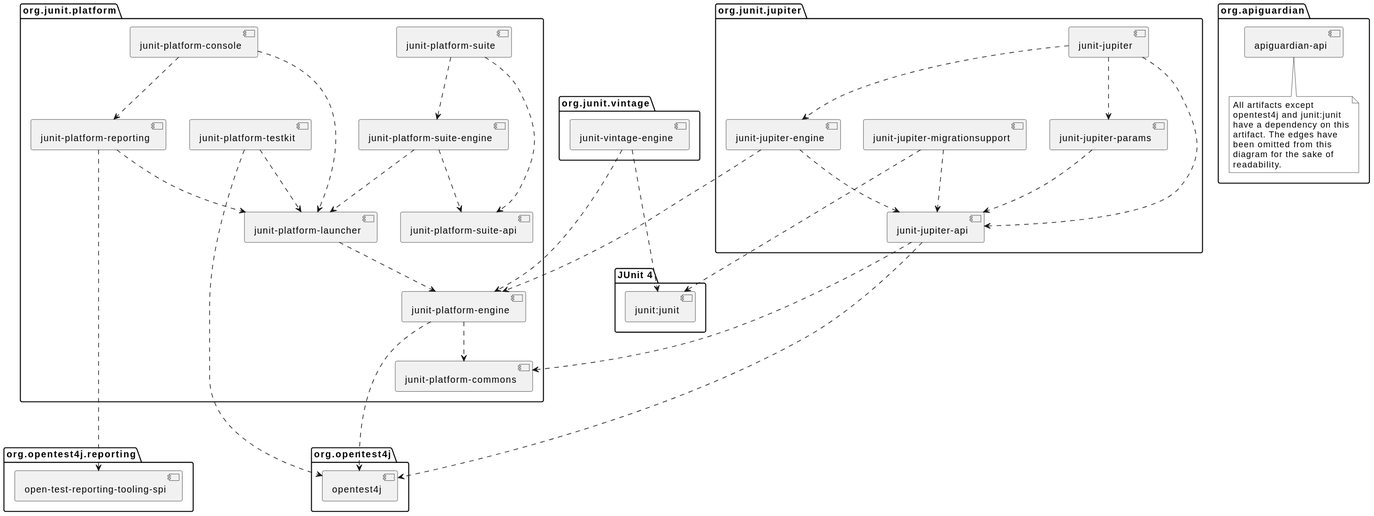
Above: 6.2.0/_images/component-diagram.svg in junit-team/docs.junit.org (PlantUML), before the change. The source it was exported from:
```plantuml
@startuml
skinparam {
    defaultFontName sans-serif
}

package org.junit.jupiter {
    [junit-jupiter] as jupiter
    [junit-jupiter-api] as jupiter_api
    [junit-jupiter-engine] as jupiter_engine
    [junit-jupiter-params] as jupiter_params
    [junit-jupiter-migrationsupport] as jupiter_migration_support
}

package org.junit.vintage {
    [junit-vintage-engine] as vintage_engine
}

package org.junit.platform {
    [junit-platform-commons] as commons
    [junit-platform-console] as console
    [junit-platform-engine] as engine
    [junit-platform-launcher] as launcher
    [junit-platform-reporting] as reporting
    [junit-platform-suite] as suite
    [junit-platform-suite-api] as suite_api
    [junit-platform-suite-engine] as suite_engine
    [junit-platform-testkit] as testkit
}

package "JUnit 4" {
    [junit:junit] as junit4
}

package org.opentest4j {
    [opentest4j]
}

package org.opentest4j.reporting {
    [open-test-reporting-tooling-spi] as otr_tooling_spi
}

package org.apiguardian {
    [apiguardian-api] as apiguardian
    note bottom of apiguardian #white
        All artifacts except
        opentest4j and junit:junit
        have a dependency on this
        artifact. The edges have
        been omitted from this
        diagram for the sake of
        readability.
    endnote
}

jupiter ..> jupiter_api
jupiter ..> jupiter_params
jupiter ..> jupiter_engine

jupiter_api ....> opentest4j
jupiter_api ...> commons

jupiter_engine ...> engine
jupiter_engine ..> jupiter_api

jupiter_params ..> jupiter_api
jupiter_migration_support ..> jupiter_api
jupiter_migration_support ...> junit4

console ..> launcher
console ..> reporting

launcher ..> engine

engine ....> opentest4j
engine ..> commons

reporting ..> launcher
reporting ......> otr_tooling_spi

suite ..> suite_api
suite ..> suite_engine

suite_engine ..> launcher
suite_engine ..> suite_api

testkit ....> opentest4j
testkit ..> launcher

vintage_engine ...> engine
vintage_engine ..> junit4
@enduml
```
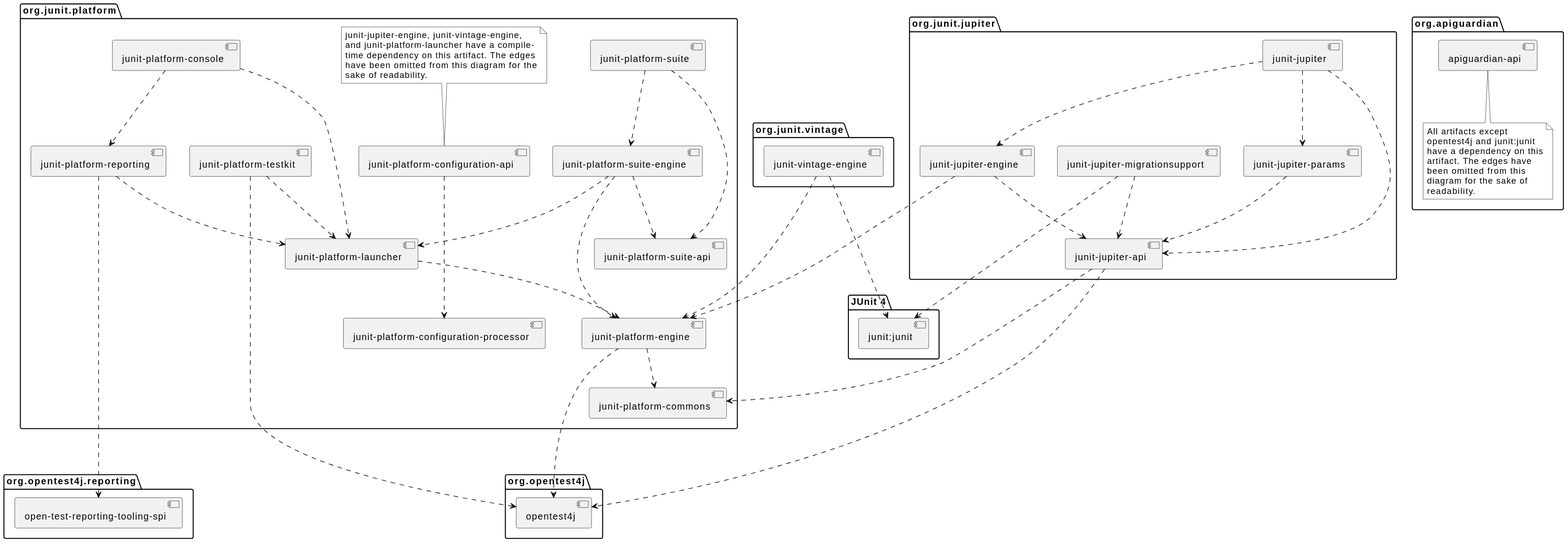
Above is the later version.

The edit, as a diff of the source:
```diff
@@ -17,6 +17,15 @@
 
 package org.junit.platform {
     [junit-platform-commons] as commons
+    [junit-platform-configuration-api] as configuration_api
+    note top of configuration_api #white
+        junit-jupiter-engine, junit-vintage-engine,
+        and junit-platform-launcher have a compile-
+        time dependency on this artifact. The edges
+        have been omitted from this diagram for the
+        sake of readability.
+    endnote
+    [junit-platform-configuration-processor] as configuration_processor
     [junit-platform-console] as console
     [junit-platform-engine] as engine
     [junit-platform-launcher] as launcher
@@ -66,6 +75,8 @@
 jupiter_migration_support ..> jupiter_api
 jupiter_migration_support ...> junit4
 
+configuration_api ...> configuration_processor
+
 console ..> launcher
 console ..> reporting
 
@@ -82,6 +93,7 @@
 
 suite_engine ..> launcher
 suite_engine ..> suite_api
+suite_engine ..> engine
 
 testkit ....> opentest4j
 testkit ..> launcher
```
